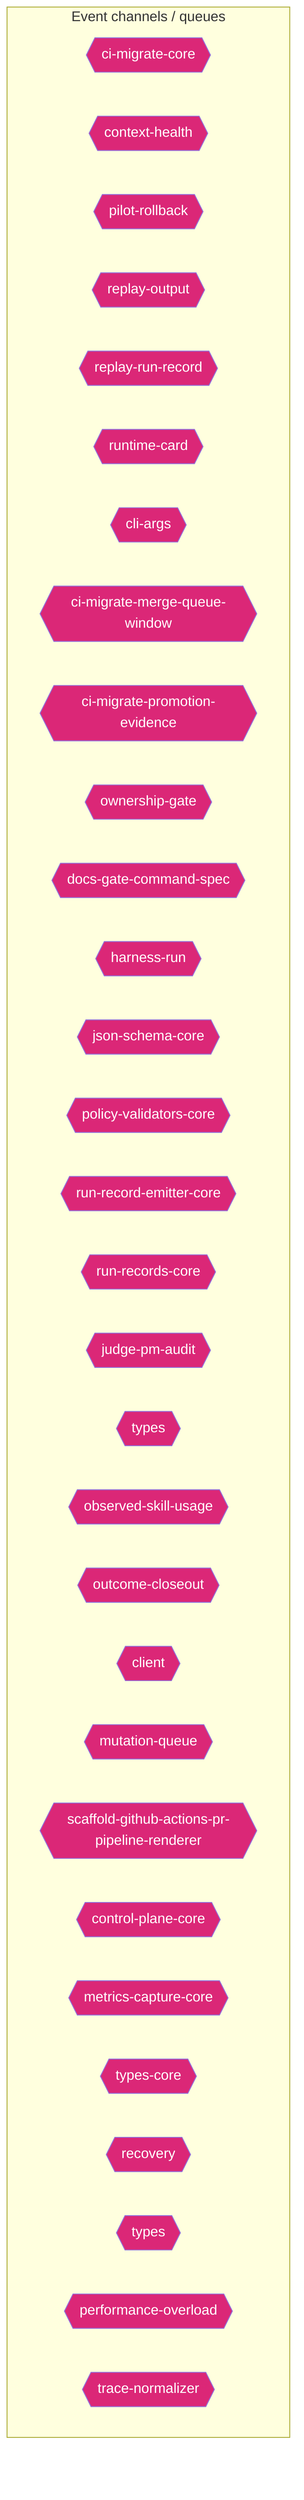
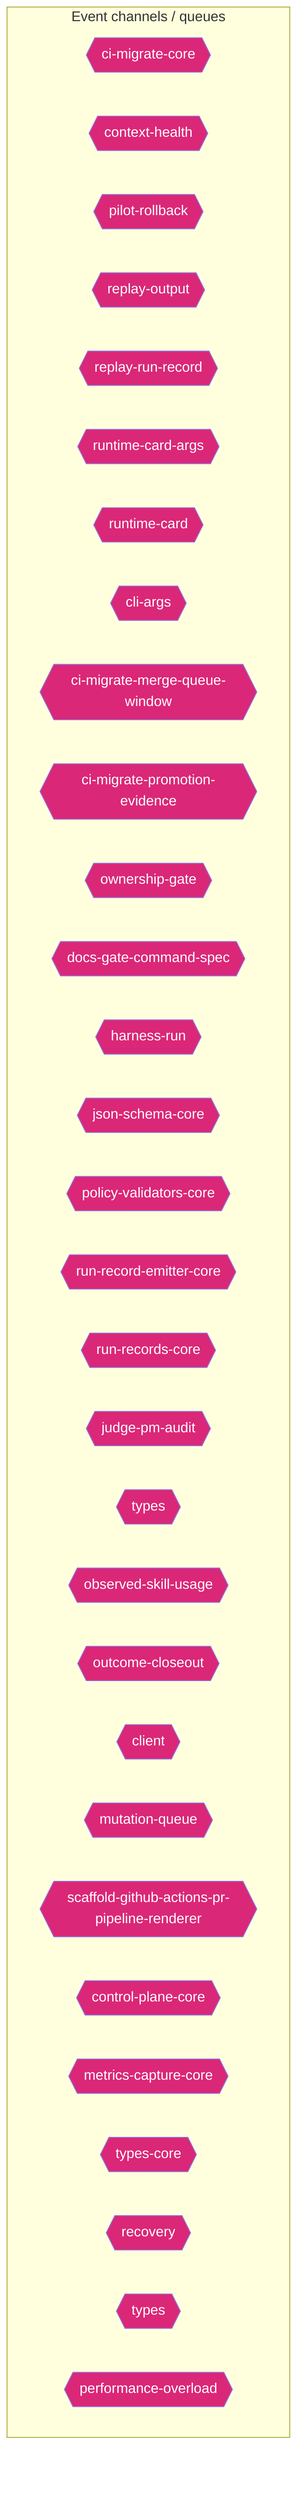
flowchart TD
  subgraph Channels["Event channels / queues"]
    ci_migrate_core_7005b5af{{"ci-migrate-core"}}
    context_health_80bb7da9{{"context-health"}}
    pilot_rollback_00c1f82c{{"pilot-rollback"}}
    replay_output_993eda9e{{"replay-output"}}
    replay_run_record_9a08cce2{{"replay-run-record"}}
+     runtime_card_args_2b3d4b28{{"runtime-card-args"}}
    runtime_card_e06b53e1{{"runtime-card"}}
    cli_args_1_6144b055{{"cli-args"}}
    ci_migrate_merge_queue_window_0070bd6d{{"ci-migrate-merge-queue-window"}}
    ci_migrate_promotion_evidence_1a2dc527{{"ci-migrate-promotion-evidence"}}
    ownership_gate_2e194d13{{"ownership-gate"}}
    docs_gate_command_spec_16795187{{"docs-gate-command-spec"}}
    harness_run_c0761792{{"harness-run"}}
    json_schema_core_96d7e328{{"json-schema-core"}}
    policy_validators_core_714a3fe7{{"policy-validators-core"}}
    run_record_emitter_core_688049d5{{"run-record-emitter-core"}}
    run_records_core_89286dfa{{"run-records-core"}}
    judge_pm_audit_ccd20b35{{"judge-pm-audit"}}
-     types_6_1818fb91{{"types"}}
+     types_8_f6283648{{"types"}}
    observed_skill_usage_ed7d5930{{"observed-skill-usage"}}
    outcome_closeout_ba497ec2{{"outcome-closeout"}}
    client_948fe603{{"client"}}
    mutation_queue_ce5a530e{{"mutation-queue"}}
    scaffold_github_actions_pr_pipeline_renderer_1ee18de5{{"scaffold-github-actions-pr-pipeline-renderer"}}
    control_plane_core_db3b4cb2{{"control-plane-core"}}
    metrics_capture_core_db4bf7cf{{"metrics-capture-core"}}
    types_core_1_8bd0f8fd{{"types-core"}}
    recovery_8c585378{{"recovery"}}
-     types_18_37582e2a{{"types"}}
+     types_20_071a0112{{"types"}}
    performance_overload_c685bfcf{{"performance-overload"}}
-     trace_normalizer_cb1be1d2{{"trace-normalizer"}}
  end
  classDef eventNode fill:#db2777,color:#fff
-   class ci_migrate_core_7005b5af,context_health_80bb7da9,pilot_rollback_00c1f82c,replay_output_993eda9e,replay_run_record_9a08cce2,runtime_card_e06b53e1,cli_args_1_6144b055,ci_migrate_merge_queue_window_0070bd6d,ci_migrate_promotion_evidence_1a2dc527,ownership_gate_2e194d13,docs_gate_command_spec_16795187,harness_run_c0761792,json_schema_core_96d7e328,policy_validators_core_714a3fe7,run_record_emitter_core_688049d5,run_records_core_89286dfa,judge_pm_audit_ccd20b35,types_6_1818fb91,observed_skill_usage_ed7d5930,outcome_closeout_ba497ec2,client_948fe603,mutation_queue_ce5a530e,scaffold_github_actions_pr_pipeline_renderer_1ee18de5,control_plane_core_db3b4cb2,metrics_capture_core_db4bf7cf,types_core_1_8bd0f8fd,recovery_8c585378,types_18_37582e2a,performance_overload_c685bfcf,trace_normalizer_cb1be1d2 eventNode
+   class ci_migrate_core_7005b5af,context_health_80bb7da9,pilot_rollback_00c1f82c,replay_output_993eda9e,replay_run_record_9a08cce2,runtime_card_args_2b3d4b28,runtime_card_e06b53e1,cli_args_1_6144b055,ci_migrate_merge_queue_window_0070bd6d,ci_migrate_promotion_evidence_1a2dc527,ownership_gate_2e194d13,docs_gate_command_spec_16795187,harness_run_c0761792,json_schema_core_96d7e328,policy_validators_core_714a3fe7,run_record_emitter_core_688049d5,run_records_core_89286dfa,judge_pm_audit_ccd20b35,types_8_f6283648,observed_skill_usage_ed7d5930,outcome_closeout_ba497ec2,client_948fe603,mutation_queue_ce5a530e,scaffold_github_actions_pr_pipeline_renderer_1ee18de5,control_plane_core_db3b4cb2,metrics_capture_core_db4bf7cf,types_core_1_8bd0f8fd,recovery_8c585378,types_20_071a0112,performance_overload_c685bfcf eventNode
